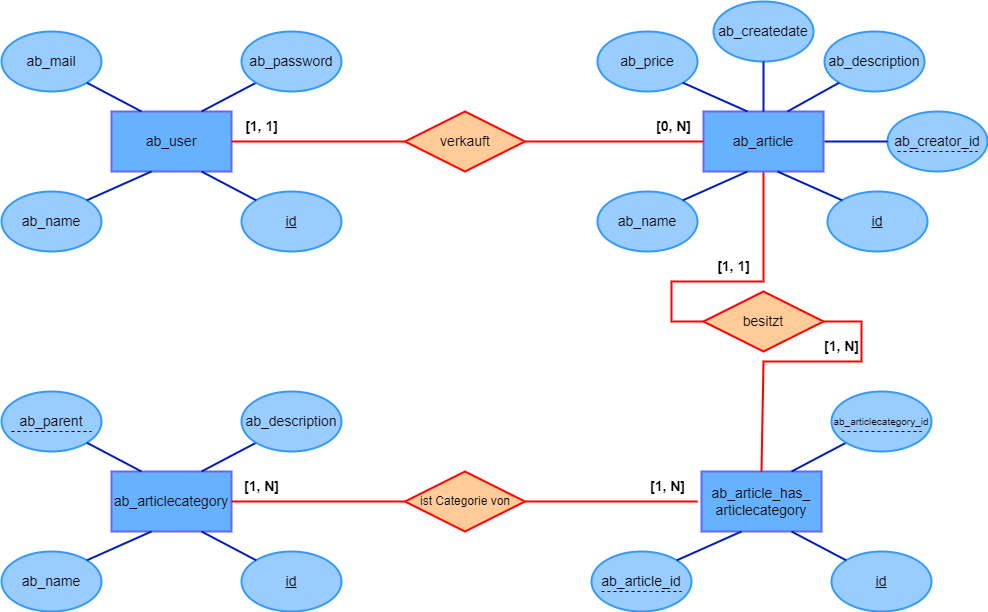
Above: dossier/M1_A8.png in IsAvaible/abalo (draw.io), before the change. Source tidied: cells renumbered, new cells last; positions are measured from the earlier drawing's top-left corner, leaving out a move shared by most shapes.
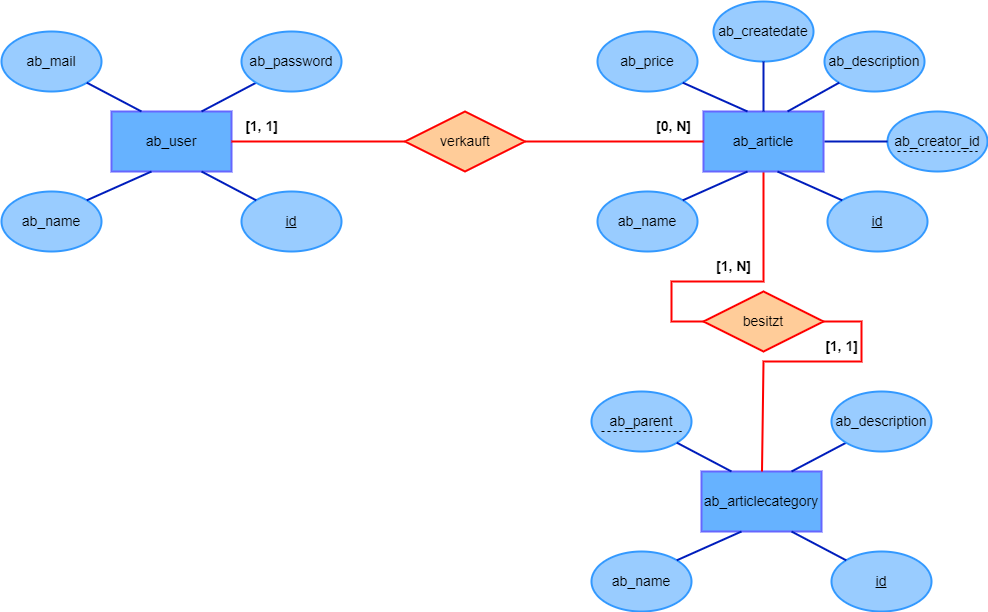
After the commit.

Commit message:
M1-A8: Modified Draw.io file in dossier directory.

Diff of the diagram source:
```diff
@@ -2,10 +2,10 @@
   <root>
     <mxCell id="0" />
     <mxCell id="1" parent="0" />
-    <mxCell id="2" value="&lt;b&gt;[1, N]&lt;/b&gt;" style="text;html=1;align=center;verticalAlign=middle;strokeColor=none;fillColor=none;fontSize=14;fontColor=#000000;" parent="1" vertex="1">
+    <mxCell id="2" value="&lt;b&gt;[1, 1]&lt;/b&gt;" style="text;html=1;align=center;verticalAlign=middle;strokeColor=none;fillColor=none;fontSize=14;fontColor=#000000;" parent="1" vertex="1">
       <mxGeometry x="810" y="330" width="60" height="30" as="geometry" />
     </mxCell>
-    <mxCell id="3" value="&lt;b&gt;[1, 1]&lt;/b&gt;" style="text;html=1;align=center;verticalAlign=middle;strokeColor=none;fillColor=none;fontSize=14;fontColor=#000000;" parent="1" vertex="1">
+    <mxCell id="3" value="&lt;b&gt;[1, N]&lt;/b&gt;" style="text;html=1;align=center;verticalAlign=middle;strokeColor=none;fillColor=none;fontSize=14;fontColor=#000000;" parent="1" vertex="1">
       <mxGeometry x="702" y="250" width="60" height="30" as="geometry" />
     </mxCell>
     <mxCell id="4" style="group;" parent="1" vertex="1">
@@ -41,7 +41,7 @@
       <mxGeometry x="240" width="100" height="60" as="geometry" />
     </mxCell>
     <mxCell id="14" style="group;" parent="1" vertex="1">
-      <mxGeometry y="390" width="340" height="220" as="geometry" />
+      <mxGeometry x="590" y="390" width="340" height="220" as="geometry" />
     </mxCell>
     <mxCell id="15" value="ab_articlecategory" style="rounded=0;whiteSpace=wrap;html=1;fillColor=#66B2FF;strokeColor=#6666FF;strokeWidth=2;fontSize=14;fontColor=#000000;" parent="14" vertex="1">
       <mxGeometry x="110" y="80" width="120" height="60" as="geometry" />
@@ -78,28 +78,6 @@
         <mxPoint x="90" y="40" as="targetPoint" />
       </mxGeometry>
     </mxCell>
-    <mxCell id="25" style="group;" parent="1" vertex="1">
-      <mxGeometry x="230" y="470" width="466" height="60" as="geometry" />
-    </mxCell>
-    <mxCell id="26" value="&lt;font color=&quot;#000000&quot; style=&quot;font-size: 12px;&quot;&gt;ist Categorie von&lt;/font&gt;" style="rhombus;whiteSpace=wrap;html=1;strokeColor=#FF0000;strokeWidth=2;fontSize=12;fillColor=#FFCC99;" parent="25" vertex="1">
-      <mxGeometry x="173.5" width="120" height="60" as="geometry" />
-    </mxCell>
-    <mxCell id="27" style="endArrow=none;html=1;rounded=0;strokeWidth=2;fontSize=14;fontColor=#000000;strokeColor=#FF0000;entryX=0;entryY=0.5;entryDx=0;entryDy=0;" parent="25" edge="1" target="26">
-      <mxGeometry relative="1" as="geometry">
-        <mxPoint y="30" as="sourcePoint" />
-      </mxGeometry>
-    </mxCell>
-    <mxCell id="28" style="endArrow=none;html=1;rounded=0;strokeWidth=2;fontSize=14;fontColor=#000000;strokeColor=#FF0000;exitX=1;exitY=0.5;exitDx=0;exitDy=0;" parent="25" edge="1" source="26">
-      <mxGeometry relative="1" as="geometry">
-        <mxPoint x="466" y="30" as="targetPoint" />
-      </mxGeometry>
-    </mxCell>
-    <mxCell id="29" value="&lt;b&gt;[1, N]&lt;/b&gt;" style="text;html=1;align=center;verticalAlign=middle;strokeColor=none;fillColor=none;fontSize=14;fontColor=#000000;" parent="25" vertex="1">
-      <mxGeometry width="60" height="30" as="geometry" />
-    </mxCell>
-    <mxCell id="30" value="&lt;b&gt;[1, N]&lt;/b&gt;" style="text;html=1;align=center;verticalAlign=middle;strokeColor=none;fillColor=none;fontSize=14;fontColor=#000000;" parent="25" vertex="1">
-      <mxGeometry x="406" width="60" height="30" as="geometry" />
-    </mxCell>
     <mxCell id="31" style="group;" parent="1" vertex="1">
       <mxGeometry x="230" y="110" width="472" height="60" as="geometry" />
     </mxCell>
@@ -117,44 +95,6 @@
     <mxCell id="35" value="&lt;b&gt;[0, N]&lt;/b&gt;" style="text;html=1;align=center;verticalAlign=middle;strokeColor=none;fillColor=none;fontSize=14;fontColor=#000000;" parent="31" vertex="1">
       <mxGeometry x="412" width="60" height="30" as="geometry" />
     </mxCell>
-    <mxCell id="36" style="group;" parent="1" vertex="1">
-      <mxGeometry x="590" y="390" width="340" height="220" as="geometry" />
-    </mxCell>
-    <mxCell id="37" value="ab_article_has_&lt;br&gt;articlecategory" style="rounded=0;whiteSpace=wrap;html=1;fillColor=#66B2FF;strokeColor=#6666FF;strokeWidth=2;fontSize=14;fontColor=#000000;" parent="36" vertex="1">
-      <mxGeometry x="110" y="80" width="120" height="60" as="geometry" />
-    </mxCell>
-    <mxCell id="38" value="&lt;span style=&quot;font-size: 14px;&quot;&gt;ab_article_id&lt;/span&gt;" style="ellipse;whiteSpace=wrap;html=1;fillColor=#99CCFF;strokeWidth=2;strokeColor=#3399FF;fontColor=#000000;" parent="36" vertex="1">
-      <mxGeometry y="160" width="100" height="60" as="geometry" />
-    </mxCell>
-    <mxCell id="39" style="endArrow=none;html=1;rounded=0;fontSize=14;entryX=0.5;entryY=1;entryDx=0;entryDy=0;fillColor=#0050ef;strokeColor=#001DBC;strokeWidth=2;exitX=1;exitY=0;exitDx=0;exitDy=0;" parent="36" edge="1" source="38">
-      <mxGeometry relative="1" as="geometry">
-        <mxPoint x="150" y="140" as="targetPoint" />
-      </mxGeometry>
-    </mxCell>
-    <mxCell id="40" style="endArrow=none;html=1;rounded=0;fontSize=14;entryX=0;entryY=1;entryDx=0;entryDy=0;fillColor=#0050ef;strokeColor=#001DBC;strokeWidth=2;exitX=0.75;exitY=0;exitDx=0;exitDy=0;" parent="36" edge="1" source="37" target="43">
-      <mxGeometry relative="1" as="geometry" />
-    </mxCell>
-    <mxCell id="41" value="&lt;u style=&quot;font-size: 14px;&quot;&gt;id&lt;/u&gt;" style="ellipse;whiteSpace=wrap;html=1;fillColor=#99CCFF;strokeWidth=2;strokeColor=#3399FF;fontColor=#000000;" parent="36" vertex="1">
-      <mxGeometry x="240" y="160" width="100" height="60" as="geometry" />
-    </mxCell>
-    <mxCell id="42" style="endArrow=none;html=1;rounded=0;fontSize=14;entryX=0.75;entryY=1;entryDx=0;entryDy=0;fillColor=#0050ef;strokeColor=#001DBC;strokeWidth=2;exitX=0;exitY=0;exitDx=0;exitDy=0;" parent="36" edge="1" source="41" target="37">
-      <mxGeometry relative="1" as="geometry" />
-    </mxCell>
-    <mxCell id="43" value="&lt;span style=&quot;font-size: 10px;&quot;&gt;ab_articlecategory_id&lt;/span&gt;" style="ellipse;whiteSpace=wrap;html=1;fillColor=#99CCFF;strokeWidth=2;strokeColor=#3399FF;fontColor=#000000;fontSize=10;" parent="36" vertex="1">
-      <mxGeometry x="240" width="100" height="60" as="geometry" />
-    </mxCell>
-    <mxCell id="44" style="endArrow=none;dashed=1;html=1;strokeWidth=1;rounded=0;strokeColor=#000000;fontSize=14;fontColor=#000000;" parent="36" edge="1">
-      <mxGeometry relative="1" as="geometry">
-        <mxPoint x="250" y="40" as="sourcePoint" />
-        <mxPoint x="330" y="40" as="targetPoint" />
-      </mxGeometry>
-    </mxCell>
-    <mxCell id="45" style="endArrow=none;dashed=1;html=1;strokeWidth=1;rounded=0;strokeColor=#000000;fontSize=14;fontColor=#000000;" parent="36" edge="1">
-      <mxGeometry relative="1" as="geometry">
-        <mxPoint x="10" y="200" as="sourcePoint" />
-        <mxPoint x="90" y="200" as="targetPoint" />
-      </mxGeometry>
-    </mxCell>
     <mxCell id="46" value="&lt;font color=&quot;#000000&quot;&gt;besitzt&lt;/font&gt;" style="rhombus;whiteSpace=wrap;html=1;strokeColor=#FF0000;strokeWidth=2;fontSize=14;fillColor=#FFCC99;" parent="1" vertex="1">
       <mxGeometry x="702" y="290" width="120" height="60" as="geometry" />
     </mxCell>
@@ -167,7 +107,7 @@
         </Array>
       </mxGeometry>
     </mxCell>
-    <mxCell id="48" style="endArrow=none;html=1;rounded=0;strokeWidth=2;fontSize=14;fontColor=#000000;strokeColor=#FF0000;exitX=1;exitY=0.5;exitDx=0;exitDy=0;entryX=0.5;entryY=0;entryDx=0;entryDy=0;" parent="1" edge="1" source="46" target="37">
+    <mxCell id="48" style="endArrow=none;html=1;rounded=0;strokeWidth=2;fontSize=14;fontColor=#000000;strokeColor=#FF0000;exitX=1;exitY=0.5;exitDx=0;exitDy=0;" parent="1" edge="1" source="46" target="15">
       <mxGeometry relative="1" as="geometry">
         <Array as="points">
           <mxPoint x="860" y="320" />
```
